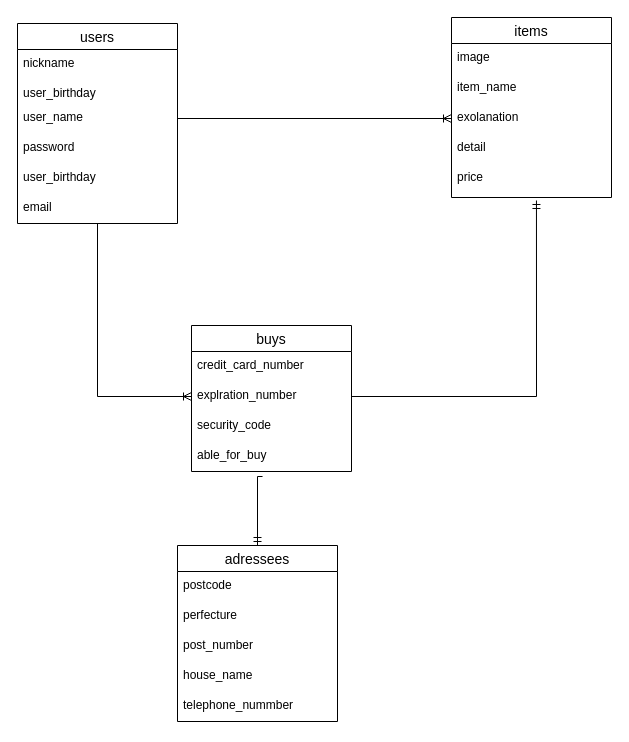
The draw.io diagram furima-29643.dio in zhuang-ced/frima-29643, before the edit. Source tidied: cells renumbered, new cells numbered last; positions are measured from the earlier drawing's top-left corner, leaving out a move shared by most shapes. Both pictures are drawn from the tidied source at 100%, with x=0, y=0 at pixel (17, 17).
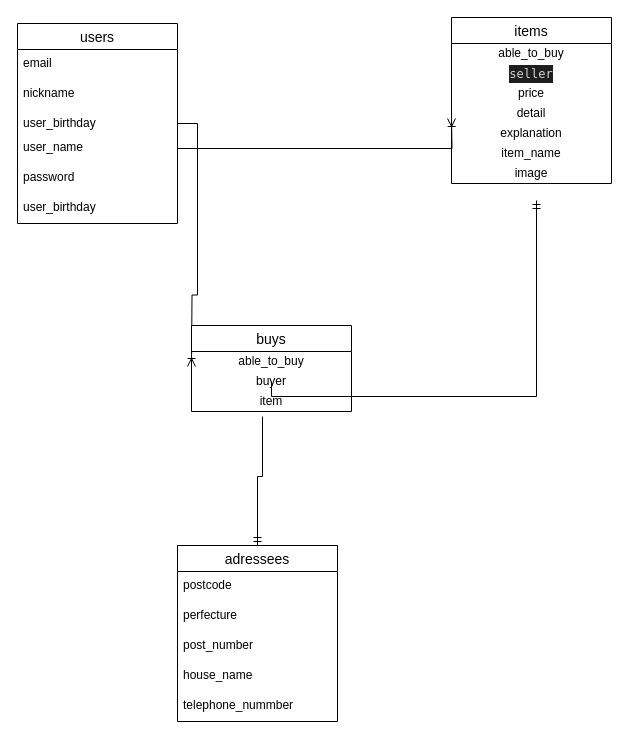
The same diagram, later.

Unchanged cells that the change refers to:
```xml
<mxCell id="3" value="users" style="swimlane;fontStyle=0;horizontal=1;startSize=26;align=center;fontSize=14;" parent="1" vertex="1">
  <mxGeometry y="6" width="160" height="200" as="geometry" />
</mxCell>
<mxCell id="22" value="adressees" style="swimlane;fontStyle=0;horizontal=1;startSize=26;align=center;fontSize=14;" parent="1" vertex="1">
  <mxGeometry x="160" y="528" width="160" height="176" as="geometry" />
</mxCell>
```

What changed in the source:
```diff
@@
-    <mxCell id="2" style="edgeStyle=orthogonalEdgeStyle;rounded=0;jettySize=auto;html=1;entryX=0;entryY=0.5;entryDx=0;entryDy=0;endArrow=ERoneToMany;endFill=0;" parent="1" edge="1" source="3" target="19">
-      <mxGeometry relative="1" as="geometry" />
+    <mxCell id="2" style="edgeStyle=orthogonalEdgeStyle;rounded=0;jettySize=auto;html=1;entryX=0;entryY=0.5;entryDx=0;entryDy=0;endArrow=ERoneToMany;endFill=0;" parent="1" edge="1" source="3">
+      <mxGeometry relative="1" as="geometry">
+        <mxPoint x="174" y="349" as="targetPoint" />
+      </mxGeometry>
     </mxCell>
@@
+    <mxCell id="9" value="email" style="text;strokeColor=none;fillColor=none;spacingLeft=4;spacingRight=4;overflow=hidden;fontSize=12;" parent="3" vertex="1">
+      <mxGeometry y="26" width="160" height="30" as="geometry" />
+    </mxCell>
     <mxCell id="4" value="nickname" style="text;strokeColor=none;fillColor=none;spacingLeft=4;spacingRight=4;overflow=hidden;fontSize=12;" parent="3" vertex="1">
-      <mxGeometry y="26" width="160" height="30" as="geometry" />
+      <mxGeometry y="56" width="160" height="30" as="geometry" />
     </mxCell>
     <mxCell id="5" value="user_birthday" style="text;strokeColor=none;fillColor=none;spacingLeft=4;spacingRight=4;overflow=hidden;fontSize=12;" parent="3" vertex="1">
-      <mxGeometry y="56" width="160" height="24" as="geometry" />
+      <mxGeometry y="86" width="160" height="24" as="geometry" />
     </mxCell>
     <mxCell id="6" value="user_name" style="text;strokeColor=none;fillColor=none;spacingLeft=4;spacingRight=4;overflow=hidden;points=[[0,0.5],[1,0.5]];portConstraint=eastwest;fontSize=12;" parent="3" vertex="1">
-      <mxGeometry y="80" width="160" height="30" as="geometry" />
+      <mxGeometry y="110" width="160" height="30" as="geometry" />
     </mxCell>
     <mxCell id="7" value="password" style="text;strokeColor=none;fillColor=none;spacingLeft=4;spacingRight=4;overflow=hidden;fontSize=12;" parent="3" vertex="1">
-      <mxGeometry y="110" width="160" height="30" as="geometry" />
+      <mxGeometry y="140" width="160" height="30" as="geometry" />
     </mxCell>
     <mxCell id="8" value="user_birthday" style="text;strokeColor=none;fillColor=none;spacingLeft=4;spacingRight=4;overflow=hidden;fontSize=12;" parent="3" vertex="1">
-      <mxGeometry y="140" width="160" height="30" as="geometry" />
+      <mxGeometry y="170" width="160" height="30" as="geometry" />
     </mxCell>
-    <mxCell id="9" value="email" style="text;strokeColor=none;fillColor=none;spacingLeft=4;spacingRight=4;overflow=hidden;fontSize=12;" parent="3" vertex="1">
-      <mxGeometry y="170" width="160" height="30" as="geometry" />
-    </mxCell>
     <mxCell id="10" value="items" style="swimlane;fontStyle=0;horizontal=1;startSize=26;align=center;fontSize=14;" parent="1" vertex="1">
-      <mxGeometry x="434" width="160" height="180" as="geometry" />
+      <mxGeometry x="434" width="160" height="166" as="geometry" />
     </mxCell>
+    <mxCell id="30" value="able_to_buy" style="text;html=1;strokeColor=none;fillColor=none;align=center;verticalAlign=middle;whiteSpace=wrap;rounded=0;" parent="10" vertex="1">
+      <mxGeometry y="26" width="160" height="20" as="geometry" />
+    </mxCell>
+    <mxCell id="31" value="&lt;div style=&quot;color: rgb(212, 212, 212); background-color: rgb(30, 30, 30); font-family: menlo, monaco, &amp;quot;courier new&amp;quot;, monospace; font-weight: normal; font-size: 12px; line-height: 18px;&quot;&gt;&lt;div&gt;&lt;span style=&quot;color: #d4d4d4&quot;&gt;seller&lt;/span&gt;&lt;/div&gt;&lt;/div&gt;" style="text;html=1;strokeColor=none;fillColor=none;align=center;verticalAlign=middle;whiteSpace=wrap;rounded=0;" parent="10" vertex="1">
+      <mxGeometry y="46" width="160" height="20" as="geometry" />
+    </mxCell>
+    <mxCell id="15" value="price" style="text;html=1;strokeColor=none;fillColor=none;align=center;verticalAlign=middle;whiteSpace=wrap;rounded=0;" parent="10" vertex="1">
+      <mxGeometry y="66" width="160" height="20" as="geometry" />
+    </mxCell>
+    <mxCell id="14" value="detail" style="text;html=1;strokeColor=none;fillColor=none;align=center;verticalAlign=middle;whiteSpace=wrap;rounded=0;" parent="10" vertex="1">
+      <mxGeometry y="86" width="160" height="20" as="geometry" />
+    </mxCell>
+    <mxCell id="32" value="explanation" style="text;html=1;strokeColor=none;fillColor=none;align=center;verticalAlign=middle;whiteSpace=wrap;rounded=0;" parent="10" vertex="1">
+      <mxGeometry y="106" width="160" height="20" as="geometry" />
+    </mxCell>
+    <mxCell id="12" value="item_name" style="text;html=1;strokeColor=none;fillColor=none;align=center;verticalAlign=middle;whiteSpace=wrap;rounded=0;" parent="10" vertex="1">
+      <mxGeometry y="126" width="160" height="20" as="geometry" />
+    </mxCell>
-    <mxCell id="11" value="image" style="text;strokeColor=none;fillColor=none;spacingLeft=4;spacingRight=4;overflow=hidden;fontSize=12;" parent="10" vertex="1">
-      <mxGeometry y="26" width="160" height="30" as="geometry" />
+    <mxCell id="11" value="image" style="text;html=1;strokeColor=none;fillColor=none;align=center;verticalAlign=middle;whiteSpace=wrap;rounded=0;" parent="10" vertex="1">
+      <mxGeometry y="146" width="160" height="20" as="geometry" />
     </mxCell>
-    <mxCell id="12" value="item_name" style="text;strokeColor=none;fillColor=none;spacingLeft=4;spacingRight=4;overflow=hidden;fontSize=12;" parent="10" vertex="1">
-      <mxGeometry y="56" width="160" height="30" as="geometry" />
-    </mxCell>
-    <mxCell id="13" value="exolanation" style="text;strokeColor=none;fillColor=none;spacingLeft=4;spacingRight=4;overflow=hidden;points=[[0,0.5],[1,0.5]];portConstraint=eastwest;fontSize=12;" parent="10" vertex="1">
-      <mxGeometry y="86" width="160" height="30" as="geometry" />
-    </mxCell>
-    <mxCell id="14" value="detail" style="text;strokeColor=none;fillColor=none;spacingLeft=4;spacingRight=4;overflow=hidden;fontSize=12;" parent="10" vertex="1">
-      <mxGeometry y="116" width="160" height="30" as="geometry" />
-    </mxCell>
-    <mxCell id="15" value="price" style="text;strokeColor=none;fillColor=none;spacingLeft=4;spacingRight=4;overflow=hidden;points=[[0,0.5],[1,0.5]];portConstraint=eastwest;fontSize=12;" parent="10" vertex="1">
-      <mxGeometry y="146" width="160" height="34" as="geometry" />
-    </mxCell>
-    <mxCell id="16" style="edgeStyle=orthogonalEdgeStyle;rounded=0;jettySize=auto;html=1;endArrow=ERmandOne;endFill=0;exitX=0.444;exitY=1.167;exitDx=0;exitDy=0;exitPerimeter=0;entryX=0.5;entryY=0;entryDx=0;entryDy=0;" parent="1" edge="1" source="21" target="22">
+    <mxCell id="16" style="edgeStyle=orthogonalEdgeStyle;rounded=0;jettySize=auto;html=1;endArrow=ERmandOne;endFill=0;exitX=0.444;exitY=1.167;exitDx=0;exitDy=0;exitPerimeter=0;entryX=0.5;entryY=0;entryDx=0;entryDy=0;" parent="1" edge="1" target="22">
       <mxGeometry relative="1" as="geometry">
+        <mxPoint x="245" y="399" as="sourcePoint" />
         <Array as="points">
           <mxPoint x="240" y="459" />
         </Array>
       </mxGeometry>
     </mxCell>
     <mxCell id="17" value="buys" style="swimlane;fontStyle=0;horizontal=1;startSize=26;align=center;fontSize=14;" parent="1" vertex="1">
-      <mxGeometry x="174" y="308" width="160" height="146" as="geometry" />
+      <mxGeometry x="174" y="308" width="160" height="86" as="geometry" />
     </mxCell>
-    <mxCell id="18" value="credit_card_number" style="text;strokeColor=none;fillColor=none;spacingLeft=4;spacingRight=4;overflow=hidden;fontSize=12;" parent="17" vertex="1">
-      <mxGeometry y="26" width="160" height="30" as="geometry" />
-    </mxCell>
-    <mxCell id="19" value="explration_number" style="text;strokeColor=none;fillColor=none;spacingLeft=4;spacingRight=4;overflow=hidden;points=[[0,0.5],[1,0.5]];portConstraint=eastwest;fontSize=12;" parent="17" vertex="1">
-      <mxGeometry y="56" width="160" height="30" as="geometry" />
-    </mxCell>
-    <mxCell id="20" value="security_code" style="text;strokeColor=none;fillColor=none;spacingLeft=4;spacingRight=4;overflow=hidden;fontSize=12;" parent="17" vertex="1">
-      <mxGeometry y="86" width="160" height="30" as="geometry" />
-    </mxCell>
-    <mxCell id="21" value="able_for_buy" style="text;strokeColor=none;fillColor=none;spacingLeft=4;spacingRight=4;overflow=hidden;points=[[0,0.5],[1,0.5]];portConstraint=eastwest;fontSize=12;" parent="17" vertex="1">
-      <mxGeometry y="116" width="160" height="30" as="geometry" />
-    </mxCell>
+    <mxCell id="33" value="able_to_buy" style="text;html=1;strokeColor=none;fillColor=none;align=center;verticalAlign=middle;whiteSpace=wrap;rounded=0;" parent="17" vertex="1">
+      <mxGeometry y="26" width="160" height="20" as="geometry" />
+    </mxCell>
+    <mxCell id="34" value="buyer" style="text;html=1;strokeColor=none;fillColor=none;align=center;verticalAlign=middle;whiteSpace=wrap;rounded=0;" parent="17" vertex="1">
+      <mxGeometry y="46" width="160" height="20" as="geometry" />
+    </mxCell>
+    <mxCell id="35" value="item" style="text;html=1;strokeColor=none;fillColor=none;align=center;verticalAlign=middle;whiteSpace=wrap;rounded=0;" parent="17" vertex="1">
+      <mxGeometry y="66" width="160" height="20" as="geometry" />
+    </mxCell>
@@
-    <mxCell id="28" style="edgeStyle=orthogonalEdgeStyle;rounded=0;jettySize=auto;html=1;entryX=0;entryY=0.5;entryDx=0;entryDy=0;endArrow=ERoneToMany;endFill=0;" parent="1" edge="1" source="6" target="13">
-      <mxGeometry relative="1" as="geometry" />
+    <mxCell id="28" style="edgeStyle=orthogonalEdgeStyle;rounded=0;jettySize=auto;html=1;entryX=0;entryY=0.5;entryDx=0;entryDy=0;endArrow=ERoneToMany;endFill=0;" parent="1" edge="1" source="6">
+      <mxGeometry relative="1" as="geometry">
+        <mxPoint x="434" y="101" as="targetPoint" />
+      </mxGeometry>
     </mxCell>
-    <mxCell id="29" style="edgeStyle=orthogonalEdgeStyle;rounded=0;jettySize=auto;html=1;entryX=0.531;entryY=1.088;entryDx=0;entryDy=0;entryPerimeter=0;endArrow=ERmandOne;endFill=0;" parent="1" edge="1" source="19" target="15">
+    <mxCell id="29" style="edgeStyle=orthogonalEdgeStyle;rounded=0;orthogonalLoop=1;jettySize=auto;html=1;entryX=0.531;entryY=1.088;entryDx=0;entryDy=0;entryPerimeter=0;endArrow=ERmandOne;endFill=0;" parent="1" edge="1">
       <mxGeometry relative="1" as="geometry">
+        <mxPoint x="254" y="364" as="sourcePoint" />
+        <mxPoint x="519" y="183" as="targetPoint" />
         <Array as="points">
           <mxPoint x="519" y="379" />
         </Array>
       </mxGeometry>
     </mxCell>
```
